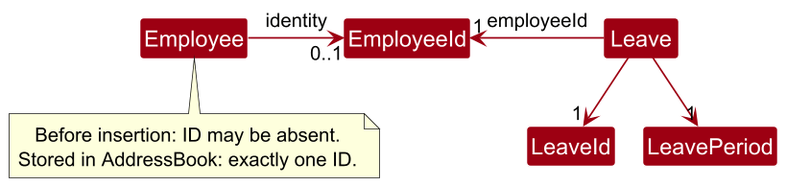
The PlantUML diagram docs/images/LeaveClassDiagram.png in AY2627S1-CS2103T-T16-3/tp, before a commit. Its diagram source:
```plantuml
@startuml
!include style.puml
!pragma layout smetana
skinparam dpi 150
skinparam arrowThickness 1.1
skinparam arrowColor MODEL_COLOR
skinparam classBackgroundColor MODEL_COLOR
skinparam ArrowFontStyle plain
skinparam nodesep 35
skinparam ranksep 40

Class Employee
Class EmployeeId
Class Leave
Class LeaveId
Class LeavePeriod

Employee -right-> "0..1" EmployeeId : identity
Leave -left-> "1" EmployeeId : employeeId
Leave -down-> "1" LeaveId
Leave -down-> "1" LeavePeriod

note bottom of Employee
  Before insertion: ID may be absent.
  Stored in AddressBook: exactly one ID.
end note
@enduml
```
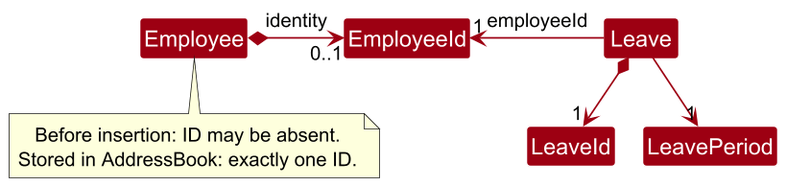
After the commit.

Commit message:
docs: address model and sequence diagram review feedback

Diff of the diagram source:
```diff
@@ -15,9 +15,9 @@
 Class LeaveId
 Class LeavePeriod
 
-Employee -right-> "0..1" EmployeeId : identity
+Employee *-right-> "0..1" EmployeeId : identity
 Leave -left-> "1" EmployeeId : employeeId
-Leave -down-> "1" LeaveId
+Leave *-down-> "1" LeaveId
 Leave -down-> "1" LeavePeriod
 
 note bottom of Employee
```
